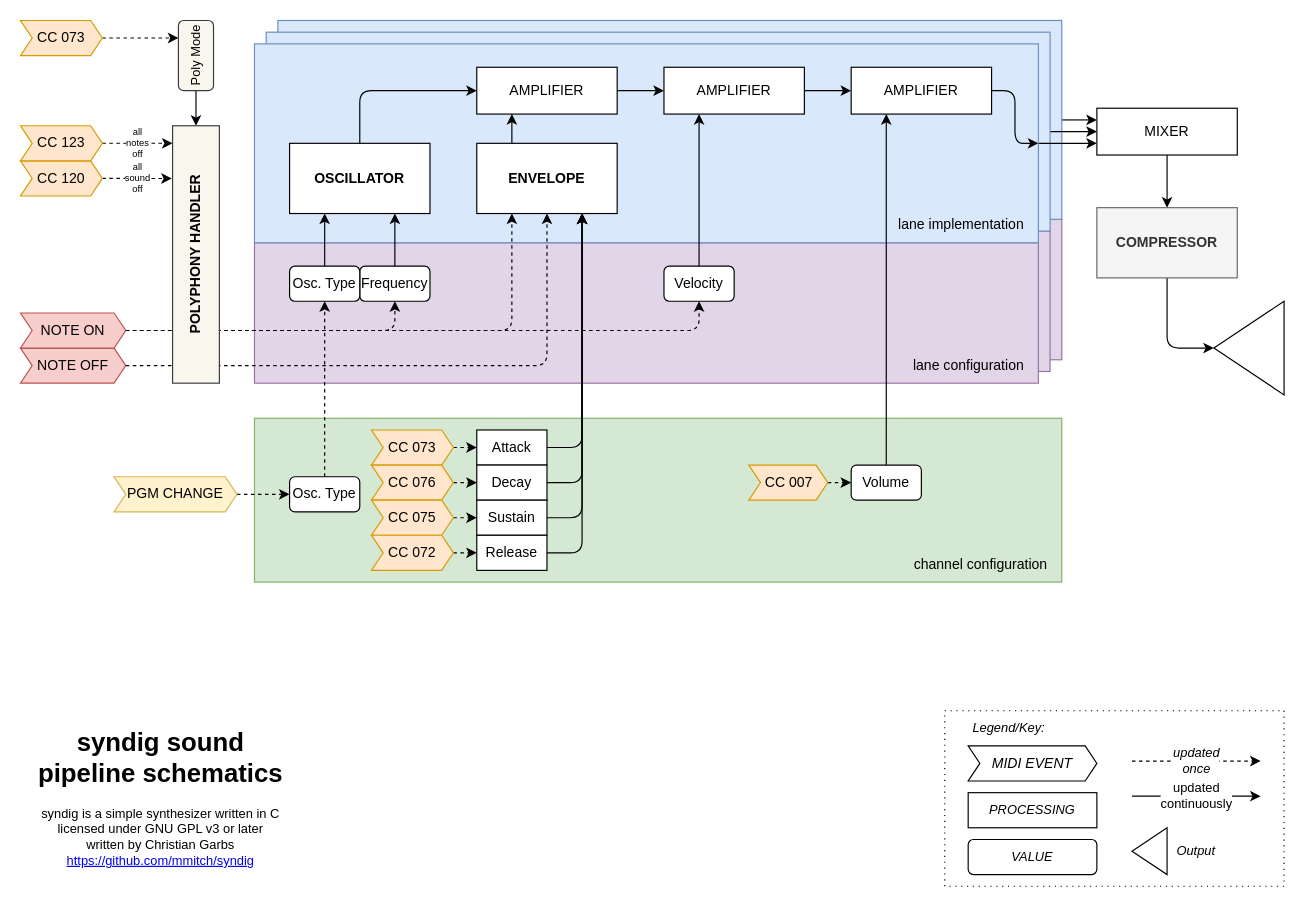
Above: schematics/syndig sound pipeline schematics.drawio in mmitch/syndig (draw.io), before the change. Source tidied: cells renumbered, new cells numbered last; positions are measured from the earlier drawing's top-left corner, leaving out a move shared by most shapes. Both pictures are drawn from the tidied source at 117%, with x=0, y=0 at pixel (20, 20).
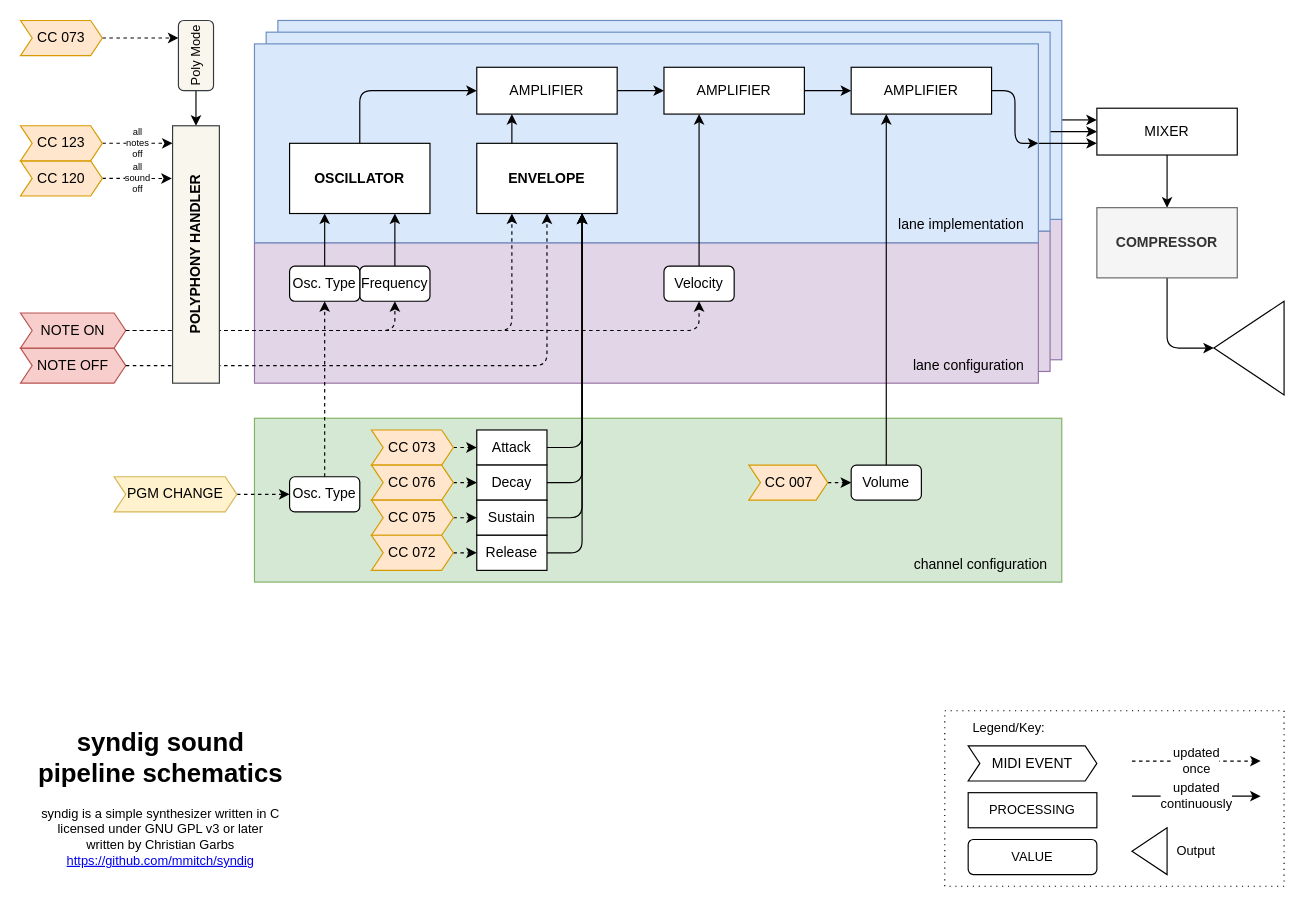
Above is the later version.

Commit message (it also covers changes not shown here):
format schematics

The edit, as a diff of the source:
```diff
@@
-    <mxCell id="2" style="rounded=0;whiteSpace=wrap;html=1;shadow=0;glass=0;fontSize=11;align=center;sketch=0;dashed=1;dashPattern=1 4;strokeWidth=1;perimeterSpacing=0;" parent="1" vertex="1">
+    <mxCell id="2" style="rounded=0;whiteSpace=wrap;html=1;shadow=0;glass=0;fontSize=11;align=center;sketch=0;dashed=1;dashPattern=1 4;strokeWidth=1;perimeterSpacing=0;fontStyle=0;" parent="1" vertex="1">
       <mxGeometry x="790" y="590" width="290" height="150" as="geometry" />
     </mxCell>
@@
-    <mxCell id="76" value="&lt;div&gt;updated&lt;/div&gt;&lt;div&gt;once&lt;/div&gt;" style="edgeStyle=orthogonalEdgeStyle;rounded=1;orthogonalLoop=1;jettySize=auto;html=1;fontSize=11;dashed=1;fontStyle=2;sketch=0;" parent="1" edge="1">
+    <mxCell id="76" value="&lt;div&gt;updated&lt;/div&gt;&lt;div&gt;once&lt;/div&gt;" style="edgeStyle=orthogonalEdgeStyle;rounded=1;orthogonalLoop=1;jettySize=auto;html=1;fontSize=11;dashed=1;fontStyle=0;sketch=0;" parent="1" edge="1">
       <mxGeometry relative="1" as="geometry">
         <mxPoint x="950" y="633" as="sourcePoint" />
         <mxPoint x="1060" y="633" as="targetPoint" />
         <Array as="points">
           <mxPoint x="1005" y="632.6" />
           <mxPoint x="1005" y="632.6" />
         </Array>
       </mxGeometry>
     </mxCell>
-    <mxCell id="77" value="MIDI EVENT" style="shape=step;perimeter=stepPerimeter;whiteSpace=wrap;html=1;fixedSize=1;size=10;fontStyle=2;sketch=0;" parent="1" vertex="1">
+    <mxCell id="77" value="MIDI EVENT" style="shape=step;perimeter=stepPerimeter;whiteSpace=wrap;html=1;fixedSize=1;size=10;fontStyle=0;sketch=0;" parent="1" vertex="1">
       <mxGeometry x="810" y="620" width="110" height="30" as="geometry" />
     </mxCell>
-    <mxCell id="78" value="PROCESSING" style="rounded=0;whiteSpace=wrap;html=1;shadow=0;glass=0;fontSize=11;align=center;fontStyle=2;sketch=0;" parent="1" vertex="1">
+    <mxCell id="78" value="PROCESSING" style="rounded=0;whiteSpace=wrap;html=1;shadow=0;glass=0;fontSize=11;align=center;fontStyle=0;sketch=0;" parent="1" vertex="1">
       <mxGeometry x="810" y="660" width="110" height="30" as="geometry" />
     </mxCell>
-    <mxCell id="79" value="&lt;div&gt;updated&lt;/div&gt;&lt;div&gt;continuously&lt;br&gt;&lt;/div&gt;" style="edgeStyle=orthogonalEdgeStyle;rounded=1;orthogonalLoop=1;jettySize=auto;html=1;fontSize=11;sketch=0;" parent="1" edge="1">
+    <mxCell id="79" value="&lt;div&gt;updated&lt;/div&gt;&lt;div&gt;continuously&lt;br&gt;&lt;/div&gt;" style="edgeStyle=orthogonalEdgeStyle;rounded=1;orthogonalLoop=1;jettySize=auto;html=1;fontSize=11;sketch=0;fontStyle=0;" parent="1" edge="1">
       <mxGeometry relative="1" as="geometry">
         <mxPoint x="950" y="663" as="sourcePoint" />
         <mxPoint x="1060" y="663" as="targetPoint" />
       </mxGeometry>
     </mxCell>
-    <mxCell id="80" value="VALUE" style="rounded=1;whiteSpace=wrap;html=1;shadow=0;glass=0;fontSize=11;align=center;fontStyle=2;sketch=0;" parent="1" vertex="1">
+    <mxCell id="80" value="VALUE" style="rounded=1;whiteSpace=wrap;html=1;shadow=0;glass=0;fontSize=11;align=center;fontStyle=0;sketch=0;" parent="1" vertex="1">
       <mxGeometry x="810" y="700" width="110" height="30" as="geometry" />
     </mxCell>
-    <mxCell id="81" value="&lt;div&gt;Legend/Key:&lt;/div&gt;" style="text;html=1;strokeColor=none;fillColor=none;align=center;verticalAlign=middle;whiteSpace=wrap;rounded=0;shadow=0;glass=0;fontSize=11;fontStyle=2;sketch=0;" parent="1" vertex="1">
+    <mxCell id="81" value="&lt;div&gt;Legend/Key:&lt;/div&gt;" style="text;html=1;strokeColor=none;fillColor=none;align=center;verticalAlign=middle;whiteSpace=wrap;rounded=0;shadow=0;glass=0;fontSize=11;fontStyle=0;sketch=0;" parent="1" vertex="1">
       <mxGeometry x="790" y="590" width="110" height="30" as="geometry" />
     </mxCell>
-    <mxCell id="82" style="triangle;whiteSpace=wrap;html=1;rounded=0;glass=0;fontSize=8;flipH=1;sketch=0;" parent="1" vertex="1">
+    <mxCell id="82" style="triangle;whiteSpace=wrap;html=1;rounded=0;glass=0;fontSize=8;flipH=1;sketch=0;fontStyle=0;" parent="1" vertex="1">
       <mxGeometry x="950" y="690" width="30" height="40" as="geometry" />
     </mxCell>
-    <mxCell id="83" value="Output" style="text;html=1;strokeColor=none;fillColor=none;align=center;verticalAlign=middle;whiteSpace=wrap;rounded=0;shadow=0;glass=0;fontSize=11;fontStyle=2;sketch=0;" parent="1" vertex="1">
+    <mxCell id="83" value="Output" style="text;html=1;strokeColor=none;fillColor=none;align=center;verticalAlign=middle;whiteSpace=wrap;rounded=0;shadow=0;glass=0;fontSize=11;fontStyle=0;sketch=0;" parent="1" vertex="1">
       <mxGeometry x="985" y="700" width="40" height="20" as="geometry" />
     </mxCell>
```
